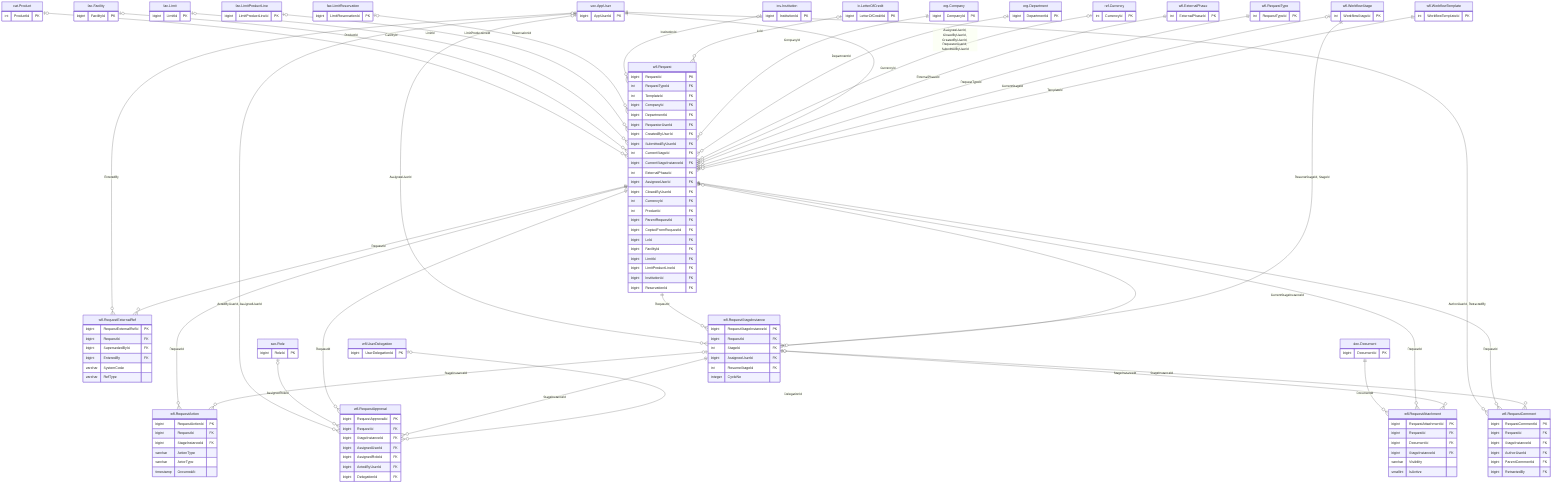
Earlier version of the Mermaid export treasury-platform/docs/diagrams/erd/m6_requests_1.png (thawrasy/smartlines). Its source is kept beside it as treasury-platform/docs/diagrams/erd/m6_requests_1.mmd.
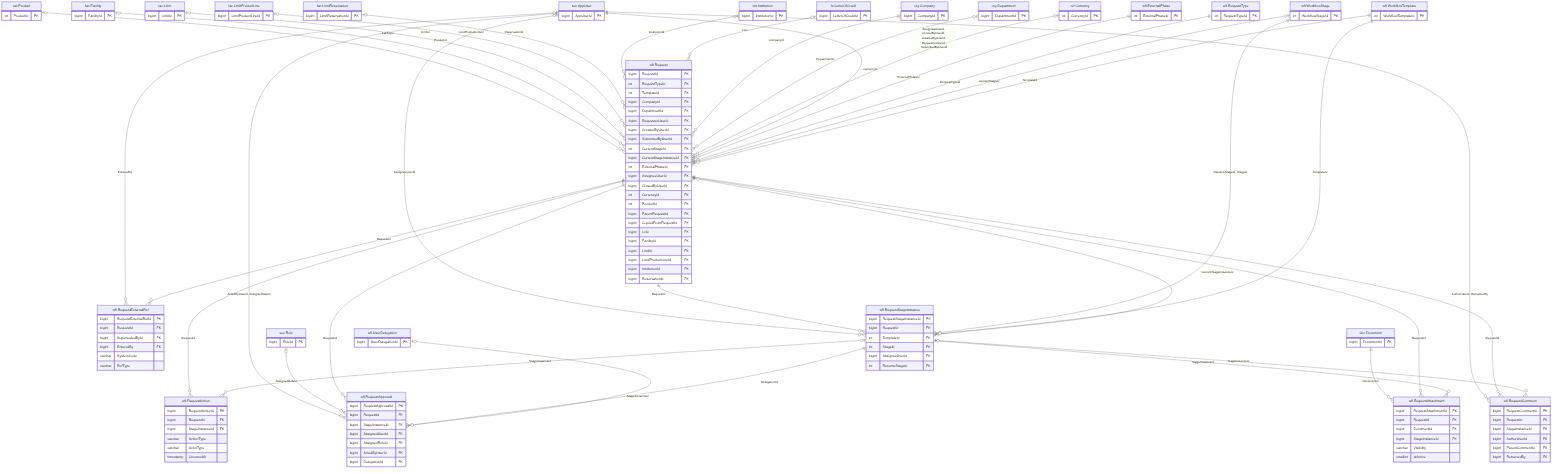
The same file after the commit.

The edit, as a diff of the source:
```diff
@@ -51,10 +51,10 @@
   wfl_RequestStageInstance["wfl.RequestStageInstance"] {
     bigint RequestStageInstanceId PK
     bigint RequestId FK
+    int TemplateId FK
     int StageId FK
     bigint AssigneeUserId FK
     int ResumeStageId FK
-    integer CycleNo
   }
   wfl_RequestApproval["wfl.RequestApproval"] {
     bigint RequestApprovalId PK
@@ -161,3 +161,4 @@
   wfl_WorkflowStage |o--o{ wfl_Request : "CurrentStageId"
   wfl_WorkflowStage ||--o{ wfl_RequestStageInstance : "ResumeStageId, StageId"
   wfl_WorkflowTemplate ||--o{ wfl_Request : "TemplateId"
+  wfl_WorkflowTemplate ||--o{ wfl_RequestStageInstance : "TemplateId"
```
